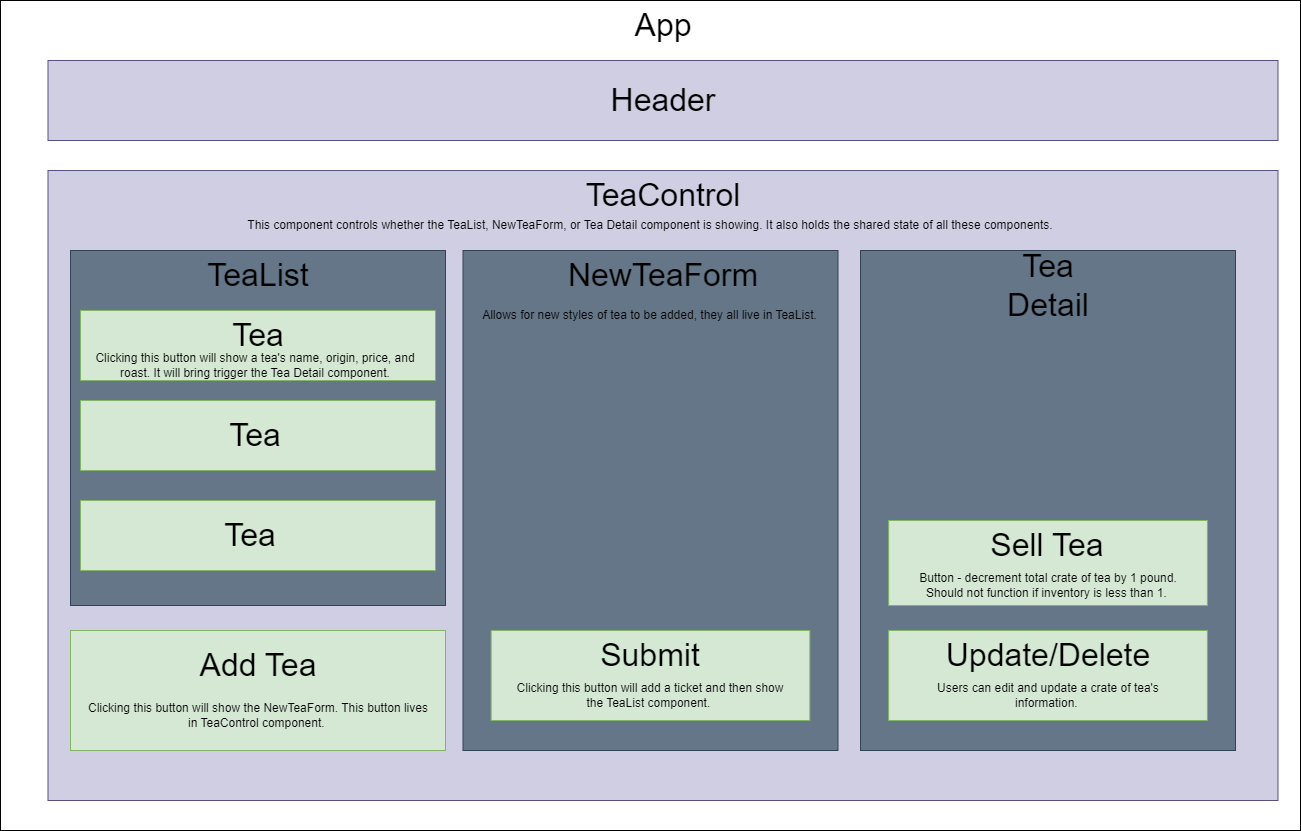
The draw.io diagram src/img/TeaShopComponents.png in Schmelzberry/TeaShop, before a commit. Source tidied: cells renumbered, new cells last; positions are measured from the earlier drawing's top-left corner, leaving out a move shared by most shapes.
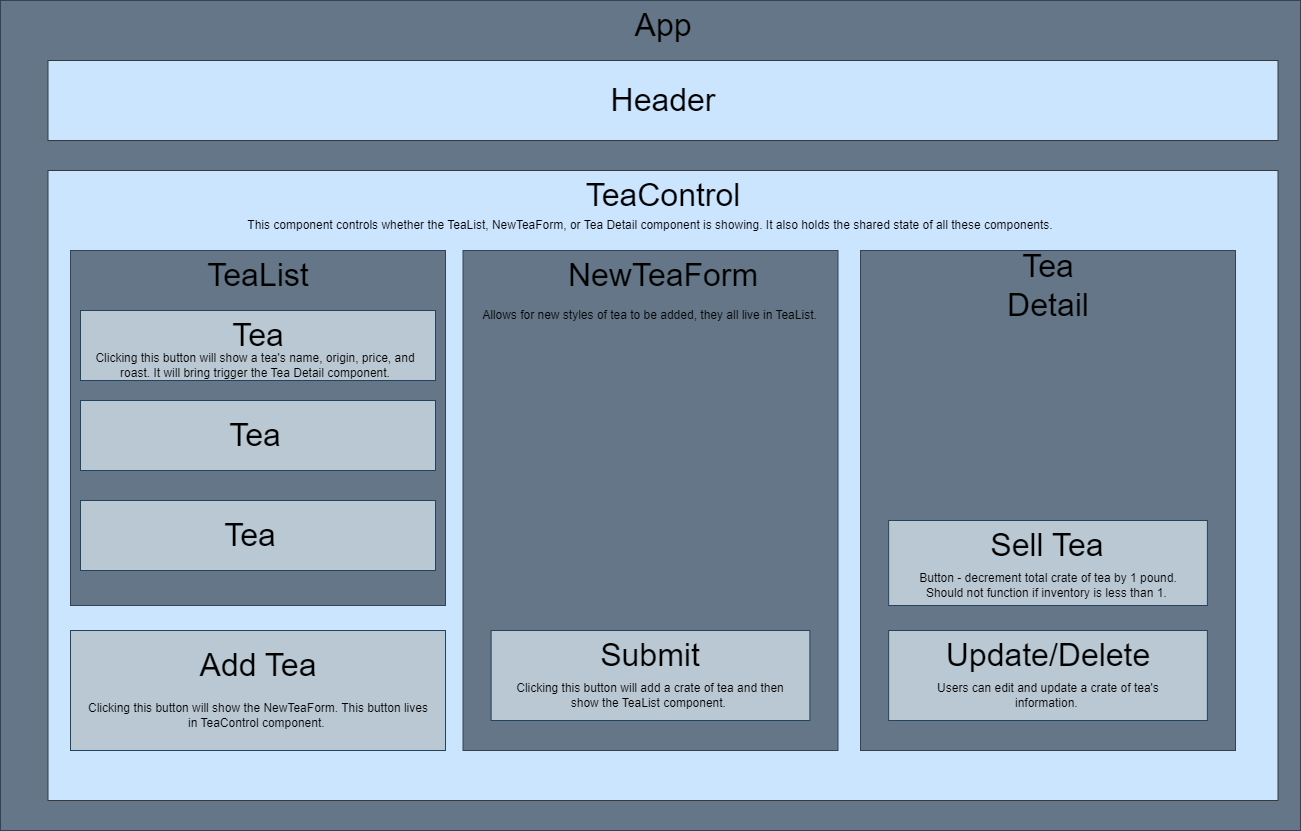
After the change.

Commit message:
component diagram complete - in README

The edit, as a diff of the source:
```diff
@@ -2,13 +2,13 @@
   <root>
     <mxCell id="0" />
     <mxCell id="1" parent="0" />
-    <mxCell id="2" style="rounded=0;whiteSpace=wrap;html=1;" parent="1" vertex="1">
+    <mxCell id="2" style="rounded=0;whiteSpace=wrap;html=1;fillColor=#647687;fontColor=#ffffff;strokeColor=#314354;" parent="1" vertex="1">
       <mxGeometry width="1300" height="830" as="geometry" />
     </mxCell>
     <mxCell id="3" value="&lt;font style=&quot;font-size: 32px;&quot;&gt;App&lt;/font&gt;" style="text;html=1;strokeColor=none;fillColor=none;align=center;verticalAlign=middle;whiteSpace=wrap;rounded=0;" parent="1" vertex="1">
       <mxGeometry x="632.5" y="10" width="60" height="30" as="geometry" />
     </mxCell>
-    <mxCell id="4" style="rounded=0;whiteSpace=wrap;html=1;fillColor=#d0cee2;strokeColor=#56517e;" parent="1" vertex="1">
+    <mxCell id="4" style="rounded=0;whiteSpace=wrap;html=1;fillColor=#cce5ff;strokeColor=#36393d;" parent="1" vertex="1">
       <mxGeometry x="47.5" y="170" width="1230" height="630" as="geometry" />
     </mxCell>
     <mxCell id="5" style="rounded=0;whiteSpace=wrap;html=1;fillColor=#647687;strokeColor=#314354;fontColor=#ffffff;" parent="1" vertex="1">
@@ -32,28 +32,28 @@
     <mxCell id="11" value="&lt;font style=&quot;font-size: 32px;&quot;&gt;Tea Detail&lt;/font&gt;" style="text;html=1;strokeColor=none;fillColor=none;align=center;verticalAlign=middle;whiteSpace=wrap;rounded=0;" parent="1" vertex="1">
       <mxGeometry x="1017.5" y="270" width="60" height="30" as="geometry" />
     </mxCell>
-    <mxCell id="12" style="rounded=0;whiteSpace=wrap;html=1;fillColor=#d5e8d4;strokeColor=#82b366;" parent="1" vertex="1">
+    <mxCell id="12" style="rounded=0;whiteSpace=wrap;html=1;fillColor=#bac8d3;strokeColor=#23445d;" parent="1" vertex="1">
       <mxGeometry x="80" y="310" width="355" height="70" as="geometry" />
     </mxCell>
-    <mxCell id="13" style="rounded=0;whiteSpace=wrap;html=1;fillColor=#d5e8d4;strokeColor=#82b366;" parent="1" vertex="1">
+    <mxCell id="13" style="rounded=0;whiteSpace=wrap;html=1;fillColor=#bac8d3;strokeColor=#23445d;" parent="1" vertex="1">
       <mxGeometry x="80" y="400" width="355" height="70" as="geometry" />
     </mxCell>
-    <mxCell id="14" style="rounded=0;whiteSpace=wrap;html=1;fillColor=#d5e8d4;strokeColor=#82b366;" parent="1" vertex="1">
+    <mxCell id="14" style="rounded=0;whiteSpace=wrap;html=1;fillColor=#bac8d3;strokeColor=#23445d;" parent="1" vertex="1">
       <mxGeometry x="80" y="500" width="355" height="70" as="geometry" />
     </mxCell>
-    <mxCell id="15" style="rounded=0;whiteSpace=wrap;html=1;fillColor=#d5e8d4;strokeColor=#82b366;" parent="1" vertex="1">
+    <mxCell id="15" style="rounded=0;whiteSpace=wrap;html=1;fillColor=#bac8d3;strokeColor=#23445d;" parent="1" vertex="1">
       <mxGeometry x="70" y="630" width="375" height="120" as="geometry" />
     </mxCell>
     <mxCell id="16" value="&lt;span style=&quot;font-size: 32px;&quot;&gt;Add Tea&lt;/span&gt;" style="text;html=1;strokeColor=none;fillColor=none;align=center;verticalAlign=middle;whiteSpace=wrap;rounded=0;" parent="1" vertex="1">
       <mxGeometry x="162.5" y="650" width="190" height="30" as="geometry" />
     </mxCell>
-    <mxCell id="17" style="rounded=0;whiteSpace=wrap;html=1;fillColor=#d5e8d4;strokeColor=#82b366;" parent="1" vertex="1">
+    <mxCell id="17" style="rounded=0;whiteSpace=wrap;html=1;fillColor=#bac8d3;strokeColor=#23445d;" parent="1" vertex="1">
       <mxGeometry x="490.6" y="630" width="318.8" height="90" as="geometry" />
     </mxCell>
     <mxCell id="18" value="&lt;span style=&quot;font-size: 32px;&quot;&gt;Submit&lt;/span&gt;" style="text;html=1;strokeColor=none;fillColor=none;align=center;verticalAlign=middle;whiteSpace=wrap;rounded=0;" parent="1" vertex="1">
       <mxGeometry x="620" y="640" width="60" height="30" as="geometry" />
     </mxCell>
-    <mxCell id="19" style="rounded=0;whiteSpace=wrap;html=1;fillColor=#d5e8d4;strokeColor=#82b366;" parent="1" vertex="1">
+    <mxCell id="19" style="rounded=0;whiteSpace=wrap;html=1;fillColor=#bac8d3;strokeColor=#23445d;" parent="1" vertex="1">
       <mxGeometry x="888.1" y="630" width="318.8" height="90" as="geometry" />
     </mxCell>
     <mxCell id="20" value="&lt;span style=&quot;font-size: 32px;&quot;&gt;Update/Delete&lt;/span&gt;" style="text;html=1;strokeColor=none;fillColor=none;align=center;verticalAlign=middle;whiteSpace=wrap;rounded=0;" parent="1" vertex="1">
@@ -74,7 +74,7 @@
     <mxCell id="25" value="Clicking this button will show the NewTeaForm. This button lives in TeaControl component.&amp;nbsp;" style="text;html=1;strokeColor=none;fillColor=none;align=center;verticalAlign=middle;whiteSpace=wrap;rounded=0;" parent="1" vertex="1">
       <mxGeometry x="82.5" y="700" width="350" height="30" as="geometry" />
     </mxCell>
-    <mxCell id="26" value="Clicking this button will add a ticket and then show the TeaList component.&amp;nbsp;" style="text;html=1;strokeColor=none;fillColor=none;align=center;verticalAlign=middle;whiteSpace=wrap;rounded=0;" parent="1" vertex="1">
+    <mxCell id="26" value="Clicking this button will add a crate of tea and then show the TeaList component.&amp;nbsp;" style="text;html=1;strokeColor=none;fillColor=none;align=center;verticalAlign=middle;whiteSpace=wrap;rounded=0;" parent="1" vertex="1">
       <mxGeometry x="510" y="680" width="280" height="30" as="geometry" />
     </mxCell>
     <mxCell id="27" value="Users can edit and update a crate of tea's information.&amp;nbsp;" style="text;html=1;strokeColor=none;fillColor=none;align=center;verticalAlign=middle;whiteSpace=wrap;rounded=0;" parent="1" vertex="1">
@@ -83,10 +83,10 @@
     <mxCell id="28" value="Clicking this button will show a tea's name, origin, price, and roast. It will bring trigger the Tea Detail component." style="text;html=1;strokeColor=none;fillColor=none;align=center;verticalAlign=middle;whiteSpace=wrap;rounded=0;" parent="1" vertex="1">
       <mxGeometry x="85" y="350" width="340" height="30" as="geometry" />
     </mxCell>
-    <mxCell id="29" value="&lt;font style=&quot;font-size: 32px;&quot;&gt;Header&lt;/font&gt;" style="rounded=0;whiteSpace=wrap;html=1;fillColor=#d0cee2;strokeColor=#56517e;" parent="1" vertex="1">
+    <mxCell id="29" value="&lt;font style=&quot;font-size: 32px;&quot;&gt;Header&lt;/font&gt;" style="rounded=0;whiteSpace=wrap;html=1;fillColor=#cce5ff;strokeColor=#36393d;" parent="1" vertex="1">
       <mxGeometry x="47.5" y="60" width="1230" height="80" as="geometry" />
     </mxCell>
-    <mxCell id="30" style="rounded=0;whiteSpace=wrap;html=1;fillColor=#d5e8d4;strokeColor=#82b366;" parent="1" vertex="1">
+    <mxCell id="30" style="rounded=0;whiteSpace=wrap;html=1;fillColor=#bac8d3;strokeColor=#23445d;" parent="1" vertex="1">
       <mxGeometry x="888.1" y="520" width="318.8" height="85" as="geometry" />
     </mxCell>
     <mxCell id="31" value="&lt;span style=&quot;font-size: 32px;&quot;&gt;Sell Tea&lt;/span&gt;" style="text;html=1;strokeColor=none;fillColor=none;align=center;verticalAlign=middle;whiteSpace=wrap;rounded=0;" parent="1" vertex="1">
```
